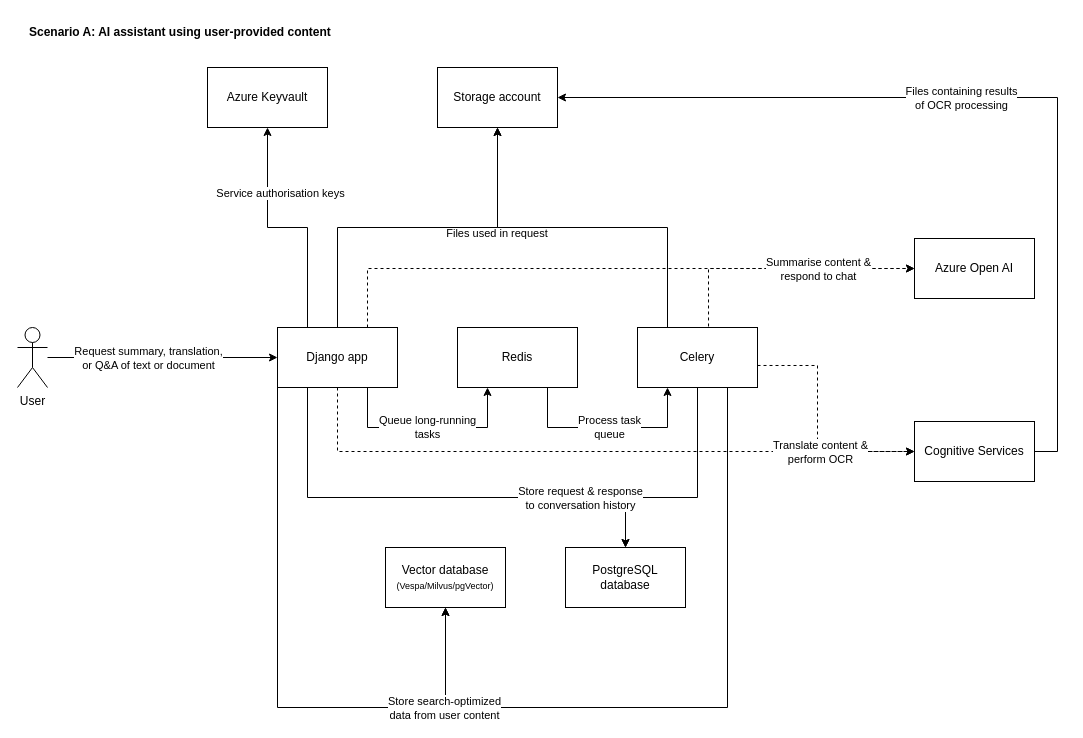
The draw.io diagram page "Data flow diagram A" (3 of 10) of diagrams/diagrams.drawio in justicecanada/otto, before the edit. Source tidied: cells renumbered, new cells numbered last; positions are measured from the earlier drawing's top-left corner, leaving out a move shared by most shapes. Both pictures are drawn from the tidied source at 100%, with x=0, y=0 at pixel (17, 17).
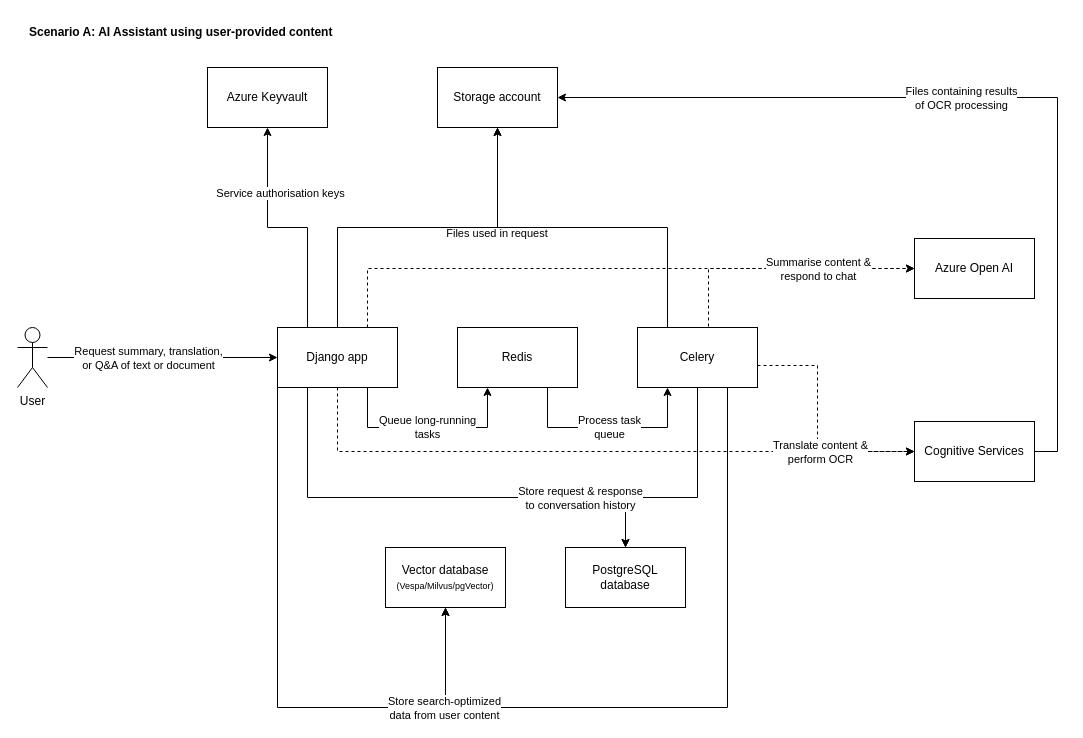
After the change.

What changed in the source:
```diff
@@
-    <mxCell id="32" value="Scenario A: AI assistant using user-provided content" style="text;html=1;align=left;verticalAlign=middle;whiteSpace=wrap;rounded=0;fontStyle=1;" parent="1" vertex="1">
+    <mxCell id="32" value="Scenario A: AI Assistant using user-provided content" style="text;html=1;align=left;verticalAlign=middle;whiteSpace=wrap;rounded=0;fontStyle=1;" parent="1" vertex="1">
       <mxGeometry x="10" width="330" height="30" as="geometry" />
     </mxCell>
```
